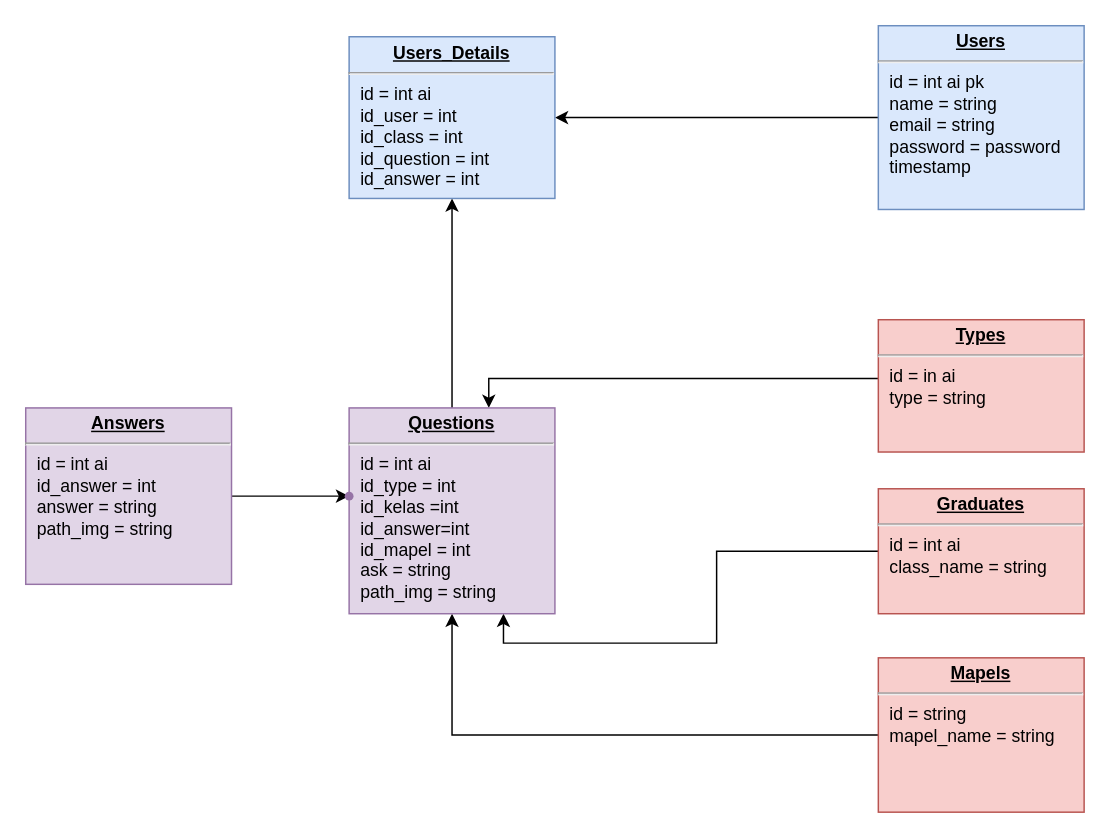
This is brainly.drawio from Listantiyo/learning-git, a draw.io file, before an edit. Source tidied: cells renumbered, new cells numbered last; positions are measured from the earlier drawing's top-left corner, leaving out a move shared by most shapes. Both pictures are drawn from the tidied source at 147%, with x=0, y=0 at pixel (25, 25).
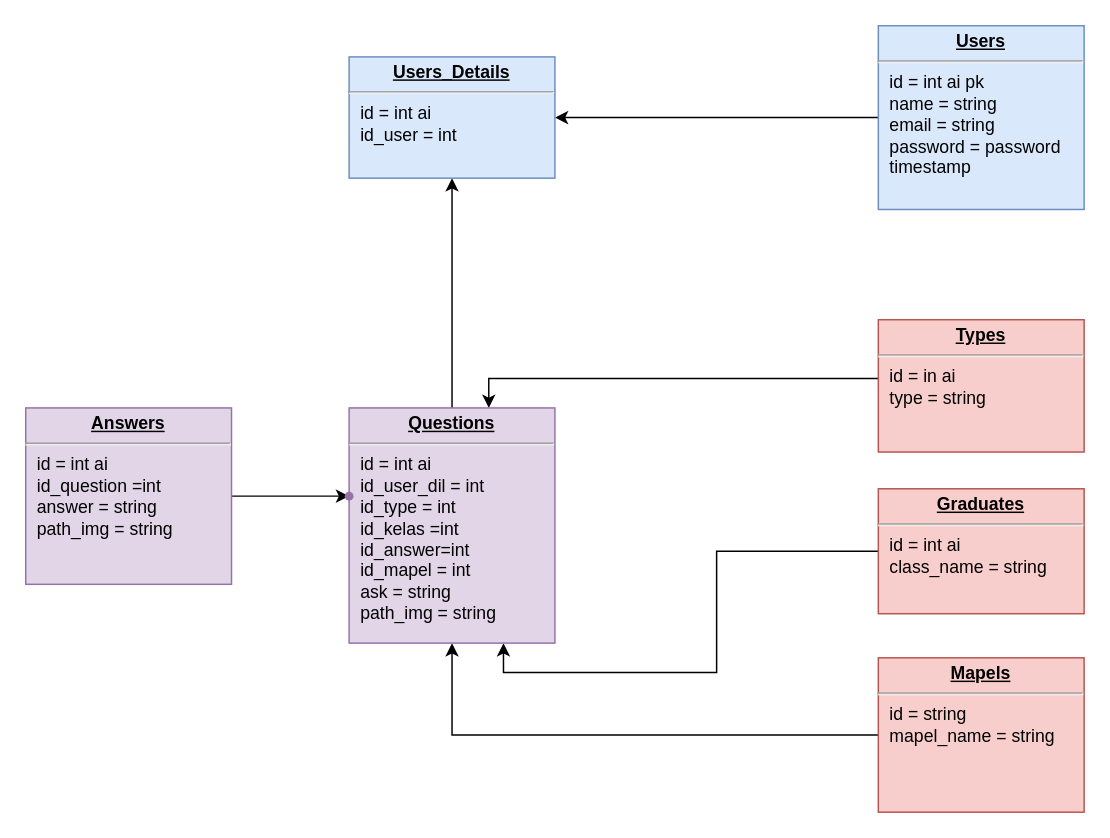
Above is the later version.

The edit, as a diff of the source:
```diff
@@
 <mxGraphModel>
   <root>
     <mxCell id="0" />
     <mxCell id="1" parent="0" />
     <mxCell id="2" style="edgeStyle=orthogonalEdgeStyle;rounded=0;jettySize=auto;html=1;entryX=0.75;entryY=1;entryDx=0;entryDy=0;" parent="1" edge="1" source="3" target="13">
       <mxGeometry relative="1" as="geometry" />
     </mxCell>
     <mxCell id="3" value="&lt;p style=&quot;margin: 0px ; margin-top: 4px ; text-align: center ; text-decoration: underline&quot;&gt;&lt;b&gt;Graduates&lt;/b&gt;&lt;/p&gt;&lt;hr&gt;&lt;p style=&quot;margin: 0px ; margin-left: 8px&quot;&gt;id = int ai&lt;br&gt;class_name = string&lt;br&gt;&lt;br&gt;&lt;/p&gt;" style="verticalAlign=top;align=left;overflow=fill;fontSize=12;fontFamily=Helvetica;html=1;rounded=0;shadow=0;comic=0;labelBackgroundColor=none;strokeWidth=1;fillColor=#f8cecc;strokeColor=#b85450;" parent="1" vertex="1">
       <mxGeometry x="580" y="315" width="140" height="85" as="geometry" />
     </mxCell>
     <mxCell id="4" style="edgeStyle=orthogonalEdgeStyle;rounded=0;jettySize=auto;html=1;" parent="1" edge="1" source="5" target="15">
       <mxGeometry relative="1" as="geometry" />
     </mxCell>
     <mxCell id="5" value="&lt;p style=&quot;margin: 0px ; margin-top: 4px ; text-align: center ; text-decoration: underline&quot;&gt;&lt;b&gt;Users&lt;/b&gt;&lt;/p&gt;&lt;hr&gt;&lt;p style=&quot;margin: 0px ; margin-left: 8px&quot;&gt;id = int ai pk&lt;br&gt;name = string&lt;/p&gt;&lt;p style=&quot;margin: 0px ; margin-left: 8px&quot;&gt;email = string&lt;/p&gt;&lt;p style=&quot;margin: 0px ; margin-left: 8px&quot;&gt;password = password&lt;/p&gt;&lt;p style=&quot;margin: 0px ; margin-left: 8px&quot;&gt;timestamp&lt;/p&gt;&lt;p style=&quot;margin: 0px ; margin-left: 8px&quot;&gt;&lt;br&gt;&lt;/p&gt;" style="verticalAlign=top;align=left;overflow=fill;fontSize=12;fontFamily=Helvetica;html=1;rounded=0;shadow=0;comic=0;labelBackgroundColor=none;strokeWidth=1;fillColor=#dae8fc;strokeColor=#6c8ebf;" parent="1" vertex="1">
       <mxGeometry x="580" width="140" height="125" as="geometry" />
     </mxCell>
     <mxCell id="6" style="edgeStyle=orthogonalEdgeStyle;rounded=0;jettySize=auto;html=1;" parent="1" edge="1" source="7" target="16">
       <mxGeometry relative="1" as="geometry" />
     </mxCell>
-    <mxCell id="7" value="&lt;p style=&quot;margin: 0px ; margin-top: 4px ; text-align: center ; text-decoration: underline&quot;&gt;&lt;b&gt;Answers&lt;/b&gt;&lt;/p&gt;&lt;hr&gt;&lt;p style=&quot;margin: 0px ; margin-left: 8px&quot;&gt;id = int ai&lt;/p&gt;&lt;p style=&quot;margin: 0px ; margin-left: 8px&quot;&gt;id_answer = int&lt;/p&gt;&lt;p style=&quot;margin: 0px ; margin-left: 8px&quot;&gt;answer = string&lt;/p&gt;&lt;p style=&quot;margin: 0px ; margin-left: 8px&quot;&gt;path_img = string&lt;br&gt;&lt;br&gt;&lt;/p&gt;" style="verticalAlign=top;align=left;overflow=fill;fontSize=12;fontFamily=Helvetica;html=1;rounded=0;shadow=0;comic=0;labelBackgroundColor=none;strokeWidth=1;fillColor=#e1d5e7;strokeColor=#9673a6;" parent="1" vertex="1">
+    <mxCell id="7" value="&lt;p style=&quot;margin: 0px ; margin-top: 4px ; text-align: center ; text-decoration: underline&quot;&gt;&lt;b&gt;Answers&lt;/b&gt;&lt;/p&gt;&lt;hr&gt;&lt;p style=&quot;margin: 0px ; margin-left: 8px&quot;&gt;id = int ai&lt;/p&gt;&lt;p style=&quot;margin: 0px ; margin-left: 8px&quot;&gt;id_question =int&lt;/p&gt;&lt;p style=&quot;margin: 0px ; margin-left: 8px&quot;&gt;answer = string&lt;/p&gt;&lt;p style=&quot;margin: 0px ; margin-left: 8px&quot;&gt;path_img = string&lt;br&gt;&lt;br&gt;&lt;/p&gt;" style="verticalAlign=top;align=left;overflow=fill;fontSize=12;fontFamily=Helvetica;html=1;rounded=0;shadow=0;comic=0;labelBackgroundColor=none;strokeWidth=1;fillColor=#e1d5e7;strokeColor=#9673a6;" parent="1" vertex="1">
       <mxGeometry y="260" width="140" height="120" as="geometry" />
     </mxCell>
     <mxCell id="8" style="edgeStyle=orthogonalEdgeStyle;rounded=0;jettySize=auto;html=1;" parent="1" edge="1" source="9" target="13">
       <mxGeometry relative="1" as="geometry" />
     </mxCell>
     <mxCell id="9" value="&lt;p style=&quot;margin: 0px ; margin-top: 4px ; text-align: center ; text-decoration: underline&quot;&gt;&lt;b&gt;Mapels&lt;/b&gt;&lt;/p&gt;&lt;hr&gt;&lt;p style=&quot;margin: 0px ; margin-left: 8px&quot;&gt;id = string&lt;br&gt;mapel_name = string&lt;br&gt;&lt;/p&gt;" style="verticalAlign=top;align=left;overflow=fill;fontSize=12;fontFamily=Helvetica;html=1;rounded=0;shadow=0;comic=0;labelBackgroundColor=none;strokeWidth=1;fillColor=#f8cecc;strokeColor=#b85450;" parent="1" vertex="1">
       <mxGeometry x="580" y="430" width="140" height="105" as="geometry" />
     </mxCell>
     <mxCell id="10" style="edgeStyle=orthogonalEdgeStyle;rounded=0;jettySize=auto;html=1;" parent="1" edge="1" source="11" target="13">
       <mxGeometry relative="1" as="geometry">
         <Array as="points">
           <mxPoint x="315" y="240" />
         </Array>
       </mxGeometry>
     </mxCell>
     <mxCell id="11" value="&lt;p style=&quot;margin: 0px ; margin-top: 4px ; text-align: center ; text-decoration: underline&quot;&gt;&lt;b&gt;Types&lt;/b&gt;&lt;/p&gt;&lt;hr&gt;&lt;p style=&quot;margin: 0px ; margin-left: 8px&quot;&gt;id = in ai&lt;br&gt;type = string&lt;br&gt;&lt;/p&gt;" style="verticalAlign=top;align=left;overflow=fill;fontSize=12;fontFamily=Helvetica;html=1;rounded=0;shadow=0;comic=0;labelBackgroundColor=none;strokeWidth=1;fillColor=#f8cecc;strokeColor=#b85450;" parent="1" vertex="1">
       <mxGeometry x="580" y="200" width="140" height="90" as="geometry" />
     </mxCell>
     <mxCell id="12" style="edgeStyle=orthogonalEdgeStyle;rounded=0;jettySize=auto;html=1;" parent="1" edge="1" source="13" target="15">
       <mxGeometry relative="1" as="geometry" />
     </mxCell>
-    <mxCell id="13" value="&lt;p style=&quot;margin: 0px ; margin-top: 4px ; text-align: center ; text-decoration: underline&quot;&gt;&lt;b&gt;Questions&lt;/b&gt;&lt;/p&gt;&lt;hr&gt;&lt;p style=&quot;margin: 0px ; margin-left: 8px&quot;&gt;id = int ai&lt;/p&gt;&lt;p style=&quot;margin: 0px ; margin-left: 8px&quot;&gt;id_type = int&lt;/p&gt;&lt;p style=&quot;margin: 0px ; margin-left: 8px&quot;&gt;id_kelas =int&lt;/p&gt;&lt;p style=&quot;margin: 0px ; margin-left: 8px&quot;&gt;id_answer=int&lt;/p&gt;&lt;p style=&quot;margin: 0px ; margin-left: 8px&quot;&gt;id_mapel = int&lt;br&gt;ask = string&lt;br&gt;&lt;/p&gt;&lt;p style=&quot;margin: 0px ; margin-left: 8px&quot;&gt;path_img = string&lt;/p&gt;" style="verticalAlign=top;align=left;overflow=fill;fontSize=12;fontFamily=Helvetica;html=1;rounded=0;shadow=0;comic=0;labelBackgroundColor=none;strokeWidth=1;fillColor=#e1d5e7;strokeColor=#9673a6;" parent="1" vertex="1">
-      <mxGeometry x="220" y="260" width="140" height="140" as="geometry" />
+    <mxCell id="13" value="&lt;p style=&quot;margin: 0px ; margin-top: 4px ; text-align: center ; text-decoration: underline&quot;&gt;&lt;b&gt;Questions&lt;/b&gt;&lt;/p&gt;&lt;hr&gt;&lt;p style=&quot;margin: 0px ; margin-left: 8px&quot;&gt;id = int ai&lt;/p&gt;&lt;p style=&quot;margin: 0px ; margin-left: 8px&quot;&gt;id_user_dil = int&lt;/p&gt;&lt;p style=&quot;margin: 0px ; margin-left: 8px&quot;&gt;id_type = int&lt;/p&gt;&lt;p style=&quot;margin: 0px ; margin-left: 8px&quot;&gt;id_kelas =int&lt;/p&gt;&lt;p style=&quot;margin: 0px ; margin-left: 8px&quot;&gt;id_answer=int&lt;/p&gt;&lt;p style=&quot;margin: 0px ; margin-left: 8px&quot;&gt;id_mapel = int&lt;br&gt;ask = string&lt;br&gt;&lt;/p&gt;&lt;p style=&quot;margin: 0px ; margin-left: 8px&quot;&gt;path_img = string&lt;/p&gt;" style="verticalAlign=top;align=left;overflow=fill;fontSize=12;fontFamily=Helvetica;html=1;rounded=0;shadow=0;comic=0;labelBackgroundColor=none;strokeWidth=1;fillColor=#e1d5e7;strokeColor=#9673a6;" parent="1" vertex="1">
+      <mxGeometry x="220" y="260" width="140" height="160" as="geometry" />
     </mxCell>
     <mxCell id="14" style="edgeStyle=orthogonalEdgeStyle;rounded=0;orthogonalLoop=1;jettySize=auto;html=1;exitX=0.5;exitY=1;exitDx=0;exitDy=0;" parent="1" edge="1" source="15" target="15">
       <mxGeometry relative="1" as="geometry" />
     </mxCell>
-    <mxCell id="15" value="&lt;p style=&quot;margin: 0px ; margin-top: 4px ; text-align: center ; text-decoration: underline&quot;&gt;&lt;b&gt;Users_Details&lt;/b&gt;&lt;/p&gt;&lt;hr&gt;&lt;p style=&quot;margin: 0px ; margin-left: 8px&quot;&gt;id = int ai&lt;br&gt;id_user = int&lt;/p&gt;&lt;p style=&quot;margin: 0px ; margin-left: 8px&quot;&gt;id_class = int&amp;nbsp;&lt;br&gt;id_question&lt;span style=&quot;background-color: initial;&quot;&gt;&amp;nbsp;= int&lt;/span&gt;&lt;/p&gt;&lt;p style=&quot;margin: 0px ; margin-left: 8px&quot;&gt;id_answer = int&lt;br&gt;&lt;/p&gt;&lt;p style=&quot;margin: 0px ; margin-left: 8px&quot;&gt;&lt;br&gt;&lt;/p&gt;&lt;p style=&quot;margin: 0px ; margin-left: 8px&quot;&gt;&lt;br&gt;&lt;/p&gt;" style="verticalAlign=top;align=left;overflow=fill;fontSize=12;fontFamily=Helvetica;html=1;rounded=0;shadow=0;comic=0;labelBackgroundColor=none;strokeWidth=1;fillColor=#dae8fc;strokeColor=#6c8ebf;" parent="1" vertex="1">
-      <mxGeometry x="220" y="7.5" width="140" height="110" as="geometry" />
+    <mxCell id="15" value="&lt;p style=&quot;margin: 0px ; margin-top: 4px ; text-align: center ; text-decoration: underline&quot;&gt;&lt;b&gt;Users_Details&lt;/b&gt;&lt;/p&gt;&lt;hr&gt;&lt;p style=&quot;margin: 0px ; margin-left: 8px&quot;&gt;id = int ai&lt;br&gt;id_user = int&lt;/p&gt;&lt;p style=&quot;margin: 0px ; margin-left: 8px&quot;&gt;&lt;br&gt;&lt;/p&gt;&lt;p style=&quot;margin: 0px ; margin-left: 8px&quot;&gt;&lt;br&gt;&lt;/p&gt;" style="verticalAlign=top;align=left;overflow=fill;fontSize=12;fontFamily=Helvetica;html=1;rounded=0;shadow=0;comic=0;labelBackgroundColor=none;strokeWidth=1;fillColor=#dae8fc;strokeColor=#6c8ebf;" parent="1" vertex="1">
+      <mxGeometry x="220" y="21.2" width="140" height="82.5" as="geometry" />
     </mxCell>
     <mxCell id="16" style="shape=waypoint;sketch=0;size=6;points=[];fillColor=#e1d5e7;perimeter=centerPerimeter;snapToPoint=1;align=left;verticalAlign=top;strokeColor=#9673a6;rounded=0;shadow=0;comic=0;labelBackgroundColor=none;strokeWidth=1;" parent="1" vertex="1">
       <mxGeometry x="200" y="300" width="40" height="40" as="geometry" />
     </mxCell>
     <mxCell id="17" style="edgeStyle=orthogonalEdgeStyle;rounded=0;orthogonalLoop=1;jettySize=auto;html=1;entryX=0.376;entryY=0.456;entryDx=0;entryDy=0;entryPerimeter=0;" parent="1" edge="1" source="16" target="16">
       <mxGeometry relative="1" as="geometry" />
     </mxCell>
   </root>
 </mxGraphModel>
```
